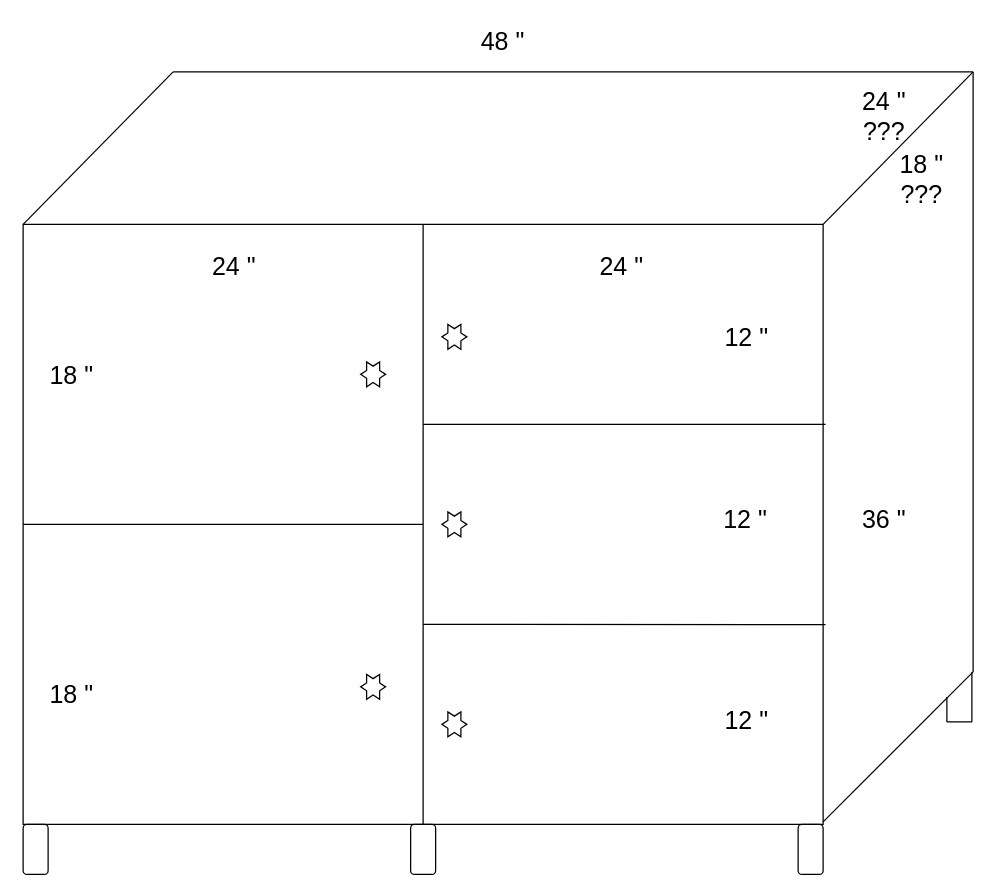
The draw.io diagram shelf2.drawio in zikzakjack/draw.io, before the edit. Source tidied: cells renumbered, new cells numbered last; positions are measured from the earlier drawing's top-left corner, leaving out a move shared by most shapes. Both pictures are drawn from the tidied source at 125%, with x=0, y=0 at pixel (22, 21).
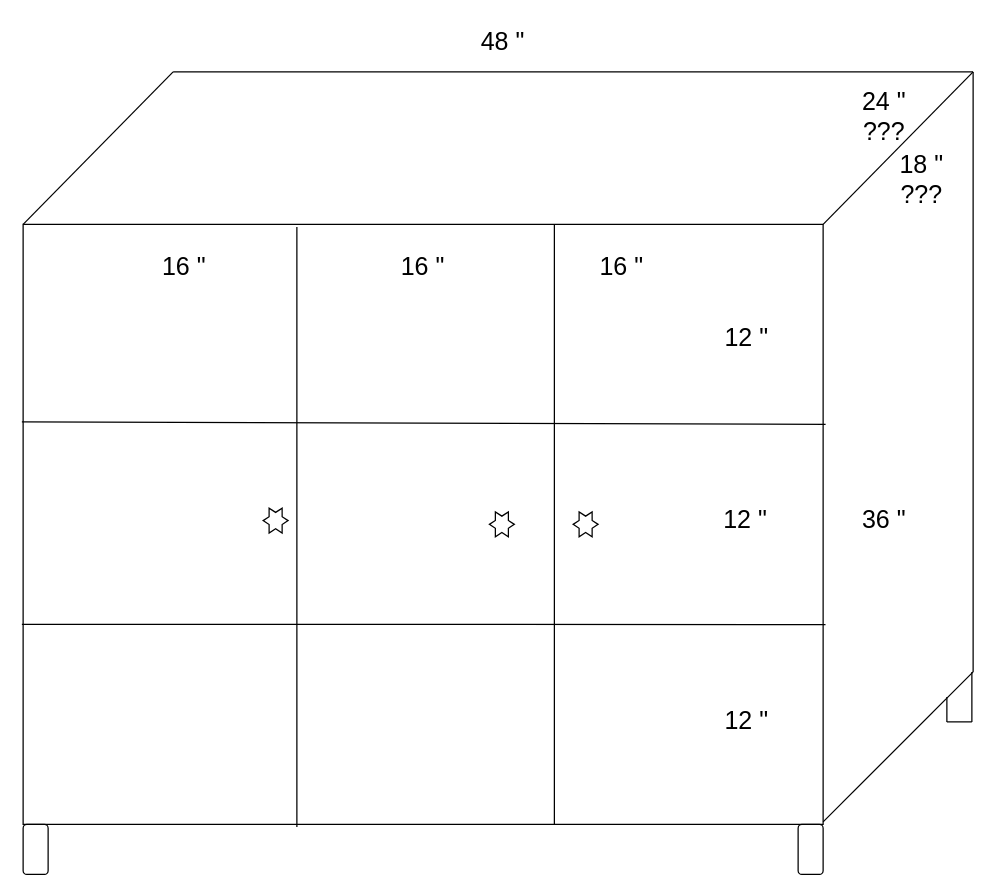
After the change.

Unchanged cells that the change refers to:
```xml
<mxCell id="2" style="group;shadow=0;" parent="1" vertex="1">
  <mxGeometry y="162" width="642" height="520" as="geometry" />
</mxCell>
<mxCell id="3" style="group;rounded=1;sketch=1;curveFitting=1;jiggle=2;" parent="2" vertex="1">
  <mxGeometry width="640" height="480" as="geometry" />
</mxCell>
<mxCell id="4" style="rounded=0;whiteSpace=wrap;html=1;" parent="3" vertex="1">
  <mxGeometry width="640" height="480" as="geometry" />
</mxCell>
```

Diff of the diagram source:
```diff
@@
-    <mxCell id="5" style="endArrow=none;html=1;rounded=0;exitX=0.5;exitY=1;exitDx=0;exitDy=0;entryX=0.5;entryY=0;entryDx=0;entryDy=0;" parent="3" edge="1" source="4" target="4">
-      <mxGeometry relative="1" as="geometry" />
+    <mxCell id="5" style="endArrow=none;html=1;rounded=0;exitX=0.5;exitY=1;exitDx=0;exitDy=0;entryX=0.5;entryY=0;entryDx=0;entryDy=0;" parent="3" edge="1">
+      <mxGeometry relative="1" as="geometry">
+        <mxPoint x="425" y="480" as="sourcePoint" />
+        <mxPoint x="425" as="targetPoint" />
+      </mxGeometry>
     </mxCell>
-    <mxCell id="6" style="endArrow=none;html=1;rounded=0;exitX=0;exitY=0.5;exitDx=0;exitDy=0;" parent="3" edge="1" source="4">
-      <mxGeometry relative="1" as="geometry">
-        <mxPoint x="320" y="240" as="targetPoint" />
-      </mxGeometry>
-    </mxCell>
-    <mxCell id="7" style="verticalLabelPosition=bottom;verticalAlign=top;html=1;shape=mxgraph.basic.6_point_star;" parent="3" vertex="1">
-      <mxGeometry x="270" y="110" width="20" height="20" as="geometry" />
-    </mxCell>
-    <mxCell id="8" style="verticalLabelPosition=bottom;verticalAlign=top;html=1;shape=mxgraph.basic.6_point_star;" parent="3" vertex="1">
-      <mxGeometry x="270" y="360" width="20" height="20" as="geometry" />
-    </mxCell>
-    <mxCell id="9" style="verticalLabelPosition=bottom;verticalAlign=top;html=1;shape=mxgraph.basic.6_point_star;" parent="3" vertex="1">
-      <mxGeometry x="335" y="390" width="20" height="20" as="geometry" />
-    </mxCell>
     <mxCell id="10" style="verticalLabelPosition=bottom;verticalAlign=top;html=1;shape=mxgraph.basic.6_point_star;" parent="3" vertex="1">
-      <mxGeometry x="335" y="230" width="20" height="20" as="geometry" />
+      <mxGeometry x="373" y="230" width="20" height="20" as="geometry" />
     </mxCell>
-    <mxCell id="11" style="verticalLabelPosition=bottom;verticalAlign=top;html=1;shape=mxgraph.basic.6_point_star;" parent="3" vertex="1">
-      <mxGeometry x="335" y="80" width="20" height="20" as="geometry" />
-    </mxCell>
@@
-    <mxCell id="13" value="&lt;font style=&quot;font-size: 20px;&quot;&gt;18 &quot;&lt;/font&gt;" style="text;strokeColor=none;align=center;fillColor=none;html=1;verticalAlign=middle;whiteSpace=wrap;rounded=0;" parent="3" vertex="1">
-      <mxGeometry x="9" y="105" width="60" height="30" as="geometry" />
-    </mxCell>
-    <mxCell id="14" value="&lt;font style=&quot;font-size: 20px;&quot;&gt;18 &quot;&lt;/font&gt;" style="text;strokeColor=none;align=center;fillColor=none;html=1;verticalAlign=middle;whiteSpace=wrap;rounded=0;" parent="3" vertex="1">
-      <mxGeometry x="9" y="360" width="60" height="30" as="geometry" />
-    </mxCell>
-    <mxCell id="15" value="&lt;font style=&quot;font-size: 20px;&quot;&gt;24 &quot;&lt;/font&gt;" style="text;strokeColor=none;align=center;fillColor=none;html=1;verticalAlign=middle;whiteSpace=wrap;rounded=0;" parent="3" vertex="1">
-      <mxGeometry x="139" y="18" width="60" height="30" as="geometry" />
-    </mxCell>
-    <mxCell id="16" value="&lt;font style=&quot;font-size: 20px;&quot;&gt;24 &quot;&lt;/font&gt;" style="text;strokeColor=none;align=center;fillColor=none;html=1;verticalAlign=middle;whiteSpace=wrap;rounded=0;" parent="3" vertex="1">
+    <mxCell id="16" value="&lt;font style=&quot;font-size: 20px;&quot;&gt;16 &quot;&lt;/font&gt;" style="text;strokeColor=none;align=center;fillColor=none;html=1;verticalAlign=middle;whiteSpace=wrap;rounded=0;" parent="3" vertex="1">
       <mxGeometry x="449" y="18" width="60" height="30" as="geometry" />
     </mxCell>
-    <mxCell id="17" style="endArrow=none;html=1;rounded=0;entryX=1.003;entryY=0.667;entryDx=0;entryDy=0;entryPerimeter=0;" parent="2" edge="1" target="4">
+    <mxCell id="17" style="endArrow=none;html=1;rounded=0;entryX=1.003;entryY=0.667;entryDx=0;entryDy=0;entryPerimeter=0;" parent="3" edge="1" target="4">
       <mxGeometry relative="1" as="geometry">
-        <mxPoint x="320" y="320" as="sourcePoint" />
+        <mxPoint x="-1" y="320" as="sourcePoint" />
       </mxGeometry>
     </mxCell>
+    <mxCell id="36" value="&lt;font style=&quot;font-size: 20px;&quot;&gt;16 &quot;&lt;/font&gt;" style="text;strokeColor=none;align=center;fillColor=none;html=1;verticalAlign=middle;whiteSpace=wrap;rounded=0;" parent="3" vertex="1">
+      <mxGeometry x="290" y="18" width="60" height="30" as="geometry" />
+    </mxCell>
+    <mxCell id="37" value="&lt;font style=&quot;font-size: 20px;&quot;&gt;16 &quot;&lt;/font&gt;" style="text;strokeColor=none;align=center;fillColor=none;html=1;verticalAlign=middle;whiteSpace=wrap;rounded=0;" parent="3" vertex="1">
+      <mxGeometry x="99" y="18" width="60" height="30" as="geometry" />
+    </mxCell>
     <mxCell id="18" style="endArrow=none;html=1;rounded=0;entryX=1.003;entryY=0.667;entryDx=0;entryDy=0;entryPerimeter=0;" parent="2" edge="1">
       <mxGeometry relative="1" as="geometry">
-        <mxPoint x="320" y="160" as="sourcePoint" />
+        <mxPoint x="-1" y="158" as="sourcePoint" />
         <mxPoint x="642" y="160" as="targetPoint" />
       </mxGeometry>
     </mxCell>
@@
-    <mxCell id="21" style="rounded=1;whiteSpace=wrap;html=1;" parent="2" vertex="1">
-      <mxGeometry x="310" y="480" width="20" height="40" as="geometry" />
-    </mxCell>
@@
+    <mxCell id="38" style="endArrow=none;html=1;rounded=0;exitX=0.5;exitY=1;exitDx=0;exitDy=0;entryX=0.5;entryY=0;entryDx=0;entryDy=0;" parent="1" edge="1">
+      <mxGeometry relative="1" as="geometry">
+        <mxPoint x="219" y="644" as="sourcePoint" />
+        <mxPoint x="219" y="164" as="targetPoint" />
+      </mxGeometry>
+    </mxCell>
+    <mxCell id="39" style="verticalLabelPosition=bottom;verticalAlign=top;html=1;shape=mxgraph.basic.6_point_star;" parent="1" vertex="1">
+      <mxGeometry x="440" y="392" width="20" height="20" as="geometry" />
+    </mxCell>
+    <mxCell id="40" style="verticalLabelPosition=bottom;verticalAlign=top;html=1;shape=mxgraph.basic.6_point_star;" parent="1" vertex="1">
+      <mxGeometry x="192" y="389" width="20" height="20" as="geometry" />
+    </mxCell>
```
